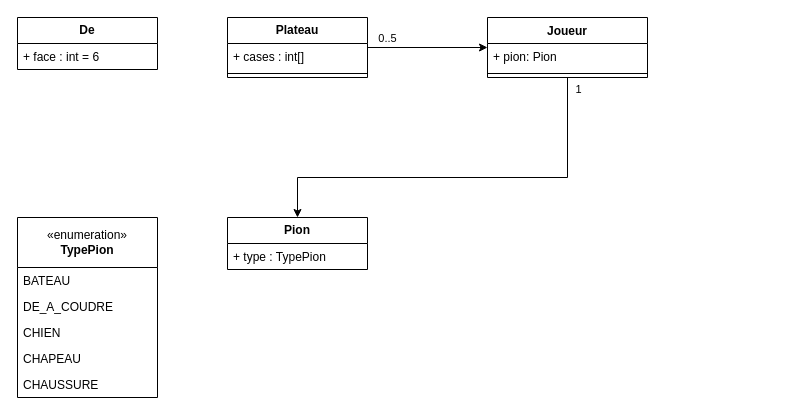
Above: src/iteration-1.drawio in gmed2b/L3SINF-java-monopoly (draw.io), before the change. Source tidied: cells renumbered, new cells numbered last; positions are measured from the earlier drawing's top-left corner, leaving out a move shared by most shapes. Both pictures are drawn from the tidied source at 100%, with x=0, y=0 at pixel (17, 17).
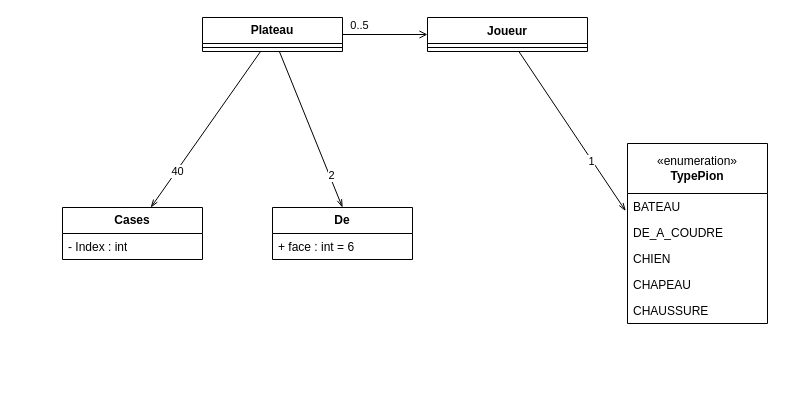
The same page after the edit.

Unchanged cells that the change refers to:
```xml
<mxCell id="8" value="BATEAU" style="text;strokeColor=none;fillColor=none;align=left;verticalAlign=top;spacingLeft=4;spacingRight=4;overflow=hidden;points=[[0,0.5],[1,0.5]];portConstraint=eastwest;whiteSpace=wrap;html=1;" parent="7" vertex="1">
  <mxGeometry y="50" width="140" height="26" as="geometry" />
</mxCell>
```

What changed in the source:
```diff
@@
+    <mxCell id="22" style="edgeStyle=none;html=1;entryX=0.5;entryY=0;entryDx=0;entryDy=0;startArrow=none;startFill=0;endArrow=openThin;endFill=0;" parent="1" edge="1" source="2" target="13">
+      <mxGeometry relative="1" as="geometry" />
+    </mxCell>
+    <mxCell id="23" value="2" style="edgeLabel;html=1;align=center;verticalAlign=middle;" parent="22" vertex="1">
+      <mxGeometry x="0.59" y="2" relative="1" as="geometry" />
+    </mxCell>
+    <mxCell id="24" style="edgeStyle=none;html=1;startArrow=none;startFill=0;endArrow=openThin;endFill=0;" parent="1" edge="1" source="2" target="27">
+      <mxGeometry relative="1" as="geometry" />
+    </mxCell>
+    <mxCell id="25" value="40" style="edgeLabel;html=1;align=center;verticalAlign=middle;" parent="24" vertex="1">
+      <mxGeometry x="0.53" relative="1" as="geometry" />
+    </mxCell>
     <mxCell id="2" value="&lt;b&gt;Plateau&lt;/b&gt;" style="swimlane;fontStyle=0;horizontal=1;startSize=26;fillColor=none;whiteSpace=wrap;html=1;" parent="1" vertex="1">
-      <mxGeometry x="210" width="140" height="60" as="geometry" />
+      <mxGeometry x="185" width="140" height="34" as="geometry" />
     </mxCell>
-    <mxCell id="3" value="+ cases : int[]" style="text;strokeColor=none;fillColor=none;align=left;verticalAlign=top;spacingLeft=4;spacingRight=4;overflow=hidden;whiteSpace=wrap;html=1;" parent="2" vertex="1">
-      <mxGeometry y="26" width="140" height="26" as="geometry" />
-    </mxCell>
     <mxCell id="4" style="line;strokeWidth=1;fillColor=none;align=left;verticalAlign=middle;spacingTop=-1;spacingLeft=3;spacingRight=3;labelPosition=right;strokeColor=inherit;" parent="2" vertex="1">
-      <mxGeometry y="52" width="140" height="8" as="geometry" />
+      <mxGeometry y="26" width="140" height="8" as="geometry" />
     </mxCell>
-    <mxCell id="5" value="&lt;b&gt;Pion&lt;/b&gt;" style="swimlane;fontStyle=0;horizontal=1;startSize=26;fillColor=none;whiteSpace=wrap;html=1;" parent="1" vertex="1">
-      <mxGeometry x="210" y="200" width="140" height="52" as="geometry" />
-    </mxCell>
-    <mxCell id="6" value="+ type : TypePion" style="text;strokeColor=none;fillColor=none;align=left;verticalAlign=top;spacingLeft=4;spacingRight=4;overflow=hidden;whiteSpace=wrap;html=1;" parent="5" vertex="1">
-      <mxGeometry y="26" width="140" height="26" as="geometry" />
-    </mxCell>
     <mxCell id="7" value="«enumeration»&lt;br&gt;&lt;b&gt;TypePion&lt;/b&gt;" style="swimlane;fontStyle=0;horizontal=1;startSize=50;fillColor=none;whiteSpace=wrap;html=1;" parent="1" vertex="1">
-      <mxGeometry y="200" width="140" height="180" as="geometry" />
+      <mxGeometry x="610" y="126" width="140" height="180" as="geometry" />
     </mxCell>
@@
     <mxCell id="13" value="&lt;b&gt;De&lt;/b&gt;" style="swimlane;fontStyle=0;horizontal=1;startSize=26;fillColor=none;whiteSpace=wrap;html=1;" parent="1" vertex="1">
-      <mxGeometry width="140" height="52" as="geometry" />
+      <mxGeometry x="255" y="190" width="140" height="52" as="geometry" />
     </mxCell>
@@
-    <mxCell id="15" style="edgeStyle=orthogonalEdgeStyle;rounded=0;jettySize=auto;html=1;startArrow=classic;startFill=1;endArrow=none;endFill=0;" parent="1" edge="1" source="19" target="2">
+    <mxCell id="15" style="edgeStyle=orthogonalEdgeStyle;rounded=0;jettySize=auto;html=1;startArrow=open;startFill=0;endArrow=none;endFill=0;" parent="1" edge="1" source="19" target="2">
       <mxGeometry relative="1" as="geometry" />
     </mxCell>
@@
-    <mxCell id="17" style="edgeStyle=orthogonalEdgeStyle;rounded=0;jettySize=auto;html=1;entryX=0.5;entryY=0;entryDx=0;entryDy=0;" parent="1" edge="1" source="19" target="5">
-      <mxGeometry relative="1" as="geometry">
-        <Array as="points">
-          <mxPoint x="550" y="160" />
-          <mxPoint x="280" y="160" />
-        </Array>
-      </mxGeometry>
-    </mxCell>
+    <mxCell id="26" style="edgeStyle=none;html=1;entryX=-0.013;entryY=0.673;entryDx=0;entryDy=0;entryPerimeter=0;startArrow=none;startFill=0;endArrow=openThin;endFill=0;" parent="1" edge="1" source="19" target="8">
+      <mxGeometry relative="1" as="geometry" />
+    </mxCell>
-    <mxCell id="18" value="1" style="edgeLabel;html=1;align=center;verticalAlign=middle;" parent="17" vertex="1">
-      <mxGeometry x="-0.96" y="2" relative="1" as="geometry">
-        <mxPoint x="8" y="3" as="offset" />
-      </mxGeometry>
+    <mxCell id="18" value="1" style="edgeLabel;html=1;align=center;verticalAlign=middle;" parent="26" vertex="1">
+      <mxGeometry x="0.36" y="-1" relative="1" as="geometry" />
     </mxCell>
     <mxCell id="19" value="Joueur" style="swimlane;fontStyle=1;align=center;verticalAlign=top;horizontal=1;startSize=26;whiteSpace=wrap;html=1;" parent="1" vertex="1">
-      <mxGeometry x="470" width="160" height="60" as="geometry" />
+      <mxGeometry x="410" width="160" height="34" as="geometry" />
     </mxCell>
-    <mxCell id="20" value="+ pion: Pion" style="text;strokeColor=none;fillColor=none;align=left;verticalAlign=top;spacingLeft=4;spacingRight=4;overflow=hidden;whiteSpace=wrap;html=1;" parent="19" vertex="1">
-      <mxGeometry y="26" width="160" height="26" as="geometry" />
-    </mxCell>
     <mxCell id="21" style="line;strokeWidth=1;fillColor=none;align=left;verticalAlign=middle;spacingTop=-1;spacingLeft=3;spacingRight=3;labelPosition=right;strokeColor=inherit;" parent="19" vertex="1">
-      <mxGeometry y="52" width="160" height="8" as="geometry" />
+      <mxGeometry y="26" width="160" height="8" as="geometry" />
     </mxCell>
+    <mxCell id="27" value="&lt;b&gt;Cases&lt;/b&gt;" style="swimlane;fontStyle=0;horizontal=1;startSize=26;fillColor=none;whiteSpace=wrap;html=1;" parent="1" vertex="1">
+      <mxGeometry x="45" y="190" width="140" height="52" as="geometry" />
+    </mxCell>
+    <mxCell id="28" value="- Index : int&lt;br&gt;" style="text;strokeColor=none;fillColor=none;align=left;verticalAlign=top;spacingLeft=4;spacingRight=4;overflow=hidden;whiteSpace=wrap;html=1;" parent="27" vertex="1">
+      <mxGeometry y="26" width="140" height="26" as="geometry" />
+    </mxCell>
```
